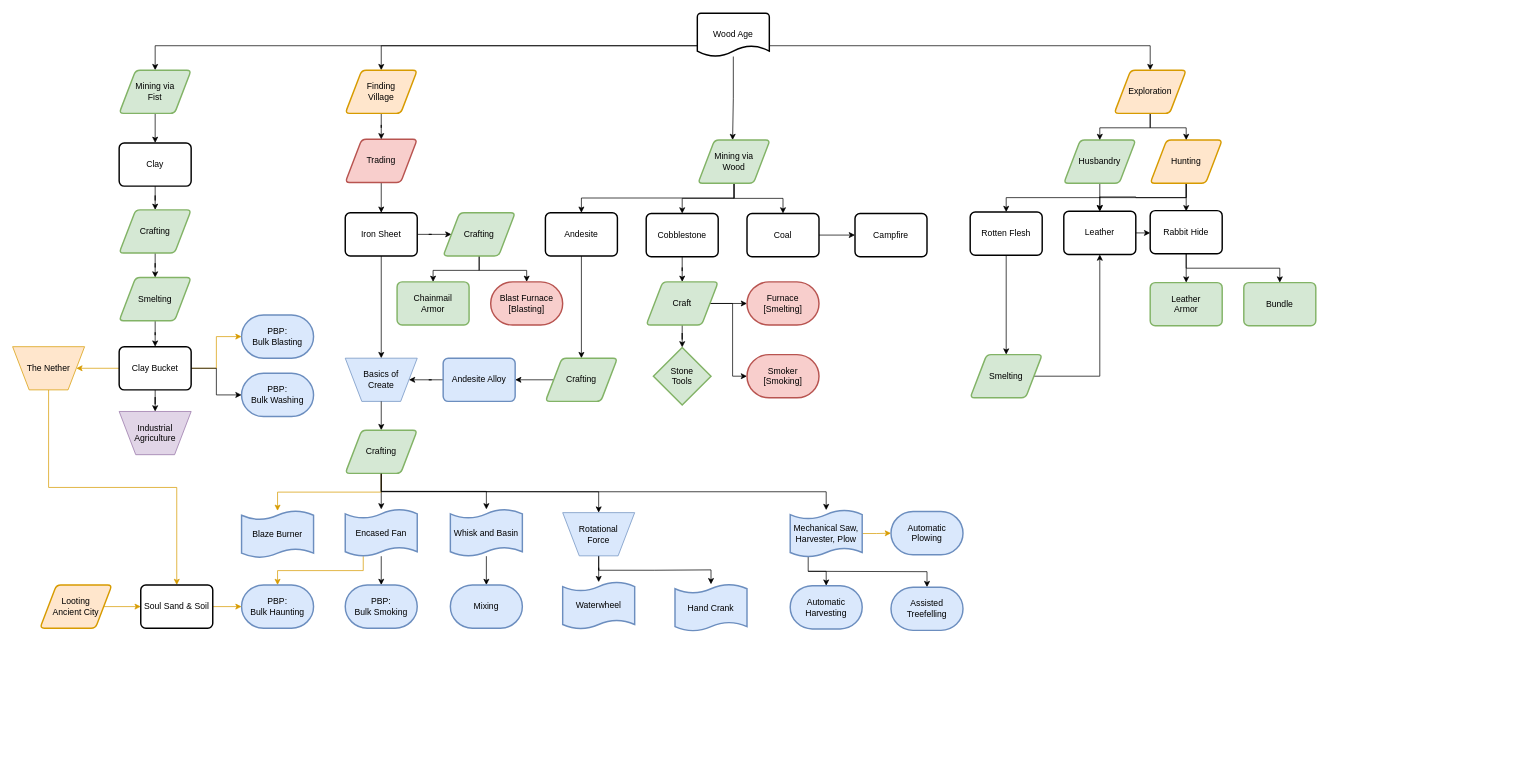
MeepishRealms/Cog keeps this draw.io diagram as page "Early Age" (4 of 7) of flowcharts/progression.drawio. Above is the earlier version. Source tidied: cells renumbered, new cells numbered last; positions are measured from the earlier drawing's top-left corner, leaving out a move shared by most shapes. Both pictures are drawn from the tidied source at 72%, with x=0, y=0 at pixel (12, 13).
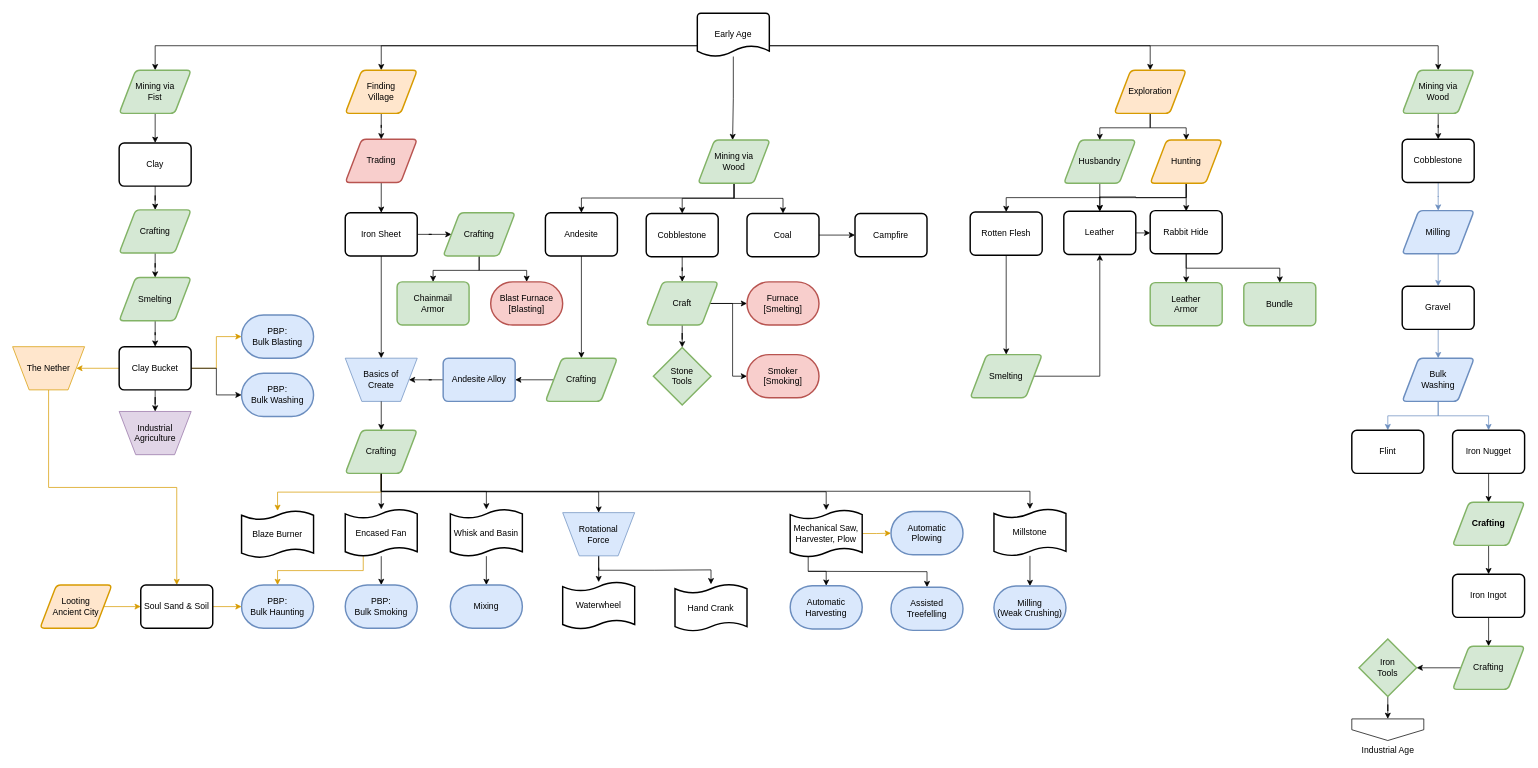
After the change.

The change refers to these unchanged cells:
```xml
<mxCell id="75" value="Crafting" style="shape=parallelogram;html=1;strokeWidth=2;perimeter=parallelogramPerimeter;whiteSpace=wrap;rounded=1;arcSize=12;size=0.23;fillColor=#d5e8d4;strokeColor=#82b366;" parent="1" vertex="1">
  <mxGeometry x="462" y="579" width="100" height="60" as="geometry" />
</mxCell>
```

Change to the diagram source:
```diff
@@
+    <mxCell id="112" style="edgeStyle=orthogonalEdgeStyle;rounded=0;jettySize=auto;html=1;exitX=1;exitY=0.75;exitDx=0;exitDy=0;exitPerimeter=0;" parent="1" edge="1" source="6" target="120">
+      <mxGeometry relative="1" as="geometry" />
+    </mxCell>
-    <mxCell id="6" value="Wood Age" style="strokeWidth=2;html=1;shape=mxgraph.flowchart.document2;whiteSpace=wrap;size=0.25;" parent="1" vertex="1">
+    <mxCell id="6" value="Early Age" style="strokeWidth=2;html=1;shape=mxgraph.flowchart.document2;whiteSpace=wrap;size=0.25;" parent="1" vertex="1">
       <mxGeometry x="951" width="100" height="60" as="geometry" />
     </mxCell>
@@
-    <mxCell id="48" value="Encased Fan" style="shape=tape;whiteSpace=wrap;html=1;strokeWidth=2;size=0.19;fillColor=#dae8fc;strokeColor=#6c8ebf;" parent="1" vertex="1">
+    <mxCell id="48" value="Encased Fan" style="shape=tape;whiteSpace=wrap;html=1;strokeWidth=2;size=0.19;" parent="1" vertex="1">
       <mxGeometry x="462" y="689" width="100" height="65" as="geometry" />
     </mxCell>
@@
-    <mxCell id="54" value="Blaze Burner" style="shape=tape;whiteSpace=wrap;html=1;strokeWidth=2;size=0.19;fillColor=#dae8fc;strokeColor=#6c8ebf;" parent="1" vertex="1">
+    <mxCell id="54" value="Blaze Burner" style="shape=tape;whiteSpace=wrap;html=1;strokeWidth=2;size=0.19;" parent="1" vertex="1">
       <mxGeometry x="318" y="691" width="100" height="65" as="geometry" />
     </mxCell>
@@
-    <mxCell id="56" value="Whisk and Basin" style="shape=tape;whiteSpace=wrap;html=1;strokeWidth=2;size=0.19;fillColor=#dae8fc;strokeColor=#6c8ebf;" parent="1" vertex="1">
+    <mxCell id="56" value="Whisk and Basin" style="shape=tape;whiteSpace=wrap;html=1;strokeWidth=2;size=0.19;" parent="1" vertex="1">
       <mxGeometry x="608" y="689" width="100" height="65" as="geometry" />
     </mxCell>
@@
+    <mxCell id="113" style="edgeStyle=orthogonalEdgeStyle;rounded=0;jettySize=auto;html=1;exitX=0.5;exitY=1;exitDx=0;exitDy=0;" parent="1" edge="1" source="75" target="115">
+      <mxGeometry relative="1" as="geometry" />
+    </mxCell>
@@
-    <mxCell id="82" value="Waterwheel" style="shape=tape;whiteSpace=wrap;html=1;strokeWidth=2;size=0.19;fillColor=#dae8fc;strokeColor=#6c8ebf;" parent="1" vertex="1">
+    <mxCell id="82" value="Waterwheel" style="shape=tape;whiteSpace=wrap;html=1;strokeWidth=2;size=0.19;" parent="1" vertex="1">
       <mxGeometry x="764" y="790" width="100" height="65" as="geometry" />
     </mxCell>
-    <mxCell id="83" value="Hand Crank" style="shape=tape;whiteSpace=wrap;html=1;strokeWidth=2;size=0.19;fillColor=#dae8fc;strokeColor=#6c8ebf;" parent="1" vertex="1">
+    <mxCell id="83" value="Hand Crank" style="shape=tape;whiteSpace=wrap;html=1;strokeWidth=2;size=0.19;" parent="1" vertex="1">
       <mxGeometry x="920" y="793" width="100" height="65" as="geometry" />
     </mxCell>
@@
-    <mxCell id="88" value="Mechanical Saw, Harvester, Plow" style="shape=tape;whiteSpace=wrap;html=1;strokeWidth=2;size=0.19;fillColor=#dae8fc;strokeColor=#6c8ebf;" parent="1" vertex="1">
+    <mxCell id="88" value="Mechanical Saw, Harvester, Plow" style="shape=tape;whiteSpace=wrap;html=1;strokeWidth=2;size=0.19;" parent="1" vertex="1">
       <mxGeometry x="1080" y="690" width="100" height="65" as="geometry" />
     </mxCell>
@@
+    <mxCell id="114" style="edgeStyle=orthogonalEdgeStyle;rounded=0;jettySize=auto;html=1;" parent="1" edge="1" source="115" target="116">
+      <mxGeometry relative="1" as="geometry" />
+    </mxCell>
+    <mxCell id="115" value="Millstone" style="shape=tape;whiteSpace=wrap;html=1;strokeWidth=2;size=0.19;" parent="1" vertex="1">
+      <mxGeometry x="1363" y="688.5" width="100" height="65" as="geometry" />
+    </mxCell>
+    <mxCell id="116" value="Milling&lt;br&gt;(Weak Crushing)" style="strokeWidth=2;html=1;shape=mxgraph.flowchart.terminator;whiteSpace=wrap;fillColor=#dae8fc;strokeColor=#6c8ebf;" parent="1" vertex="1">
+      <mxGeometry x="1363" y="795.5" width="100" height="60" as="geometry" />
+    </mxCell>
+    <mxCell id="117" style="edgeStyle=orthogonalEdgeStyle;rounded=0;jettySize=auto;html=1;fillColor=#dae8fc;strokeColor=#6c8ebf;" parent="1" edge="1" source="118" target="122">
+      <mxGeometry relative="1" as="geometry" />
+    </mxCell>
+    <mxCell id="118" value="Cobblestone" style="rounded=1;whiteSpace=wrap;html=1;absoluteArcSize=1;arcSize=14;strokeWidth=2;" parent="1" vertex="1">
+      <mxGeometry x="1930" y="175" width="100" height="60" as="geometry" />
+    </mxCell>
+    <mxCell id="119" style="edgeStyle=orthogonalEdgeStyle;rounded=0;jettySize=auto;html=1;exitX=0.5;exitY=1;exitDx=0;exitDy=0;" parent="1" edge="1" source="120" target="118">
+      <mxGeometry relative="1" as="geometry" />
+    </mxCell>
+    <mxCell id="120" value="Mining via&lt;br&gt;Wood" style="shape=parallelogram;html=1;strokeWidth=2;perimeter=parallelogramPerimeter;whiteSpace=wrap;rounded=1;arcSize=12;size=0.23;fillColor=#d5e8d4;strokeColor=#82b366;" parent="1" vertex="1">
+      <mxGeometry x="1930" y="79" width="100" height="60" as="geometry" />
+    </mxCell>
+    <mxCell id="121" style="edgeStyle=orthogonalEdgeStyle;rounded=0;jettySize=auto;html=1;fillColor=#dae8fc;strokeColor=#6c8ebf;" parent="1" edge="1" source="122" target="124">
+      <mxGeometry relative="1" as="geometry" />
+    </mxCell>
+    <mxCell id="122" value="Milling" style="shape=parallelogram;html=1;strokeWidth=2;perimeter=parallelogramPerimeter;whiteSpace=wrap;rounded=1;arcSize=12;size=0.23;fillColor=#dae8fc;strokeColor=#6c8ebf;" parent="1" vertex="1">
+      <mxGeometry x="1930" y="274" width="100" height="60" as="geometry" />
+    </mxCell>
+    <mxCell id="123" style="edgeStyle=orthogonalEdgeStyle;rounded=0;jettySize=auto;html=1;fillColor=#dae8fc;strokeColor=#6c8ebf;" parent="1" edge="1" source="124" target="127">
+      <mxGeometry relative="1" as="geometry" />
+    </mxCell>
+    <mxCell id="124" value="Gravel" style="rounded=1;whiteSpace=wrap;html=1;absoluteArcSize=1;arcSize=14;strokeWidth=2;" parent="1" vertex="1">
+      <mxGeometry x="1930" y="379" width="100" height="60" as="geometry" />
+    </mxCell>
+    <mxCell id="125" style="edgeStyle=orthogonalEdgeStyle;rounded=0;jettySize=auto;html=1;exitX=0.5;exitY=1;exitDx=0;exitDy=0;fillColor=#dae8fc;strokeColor=#6c8ebf;" parent="1" edge="1" source="127" target="130">
+      <mxGeometry relative="1" as="geometry" />
+    </mxCell>
+    <mxCell id="126" style="edgeStyle=orthogonalEdgeStyle;rounded=0;jettySize=auto;html=1;exitX=0.5;exitY=1;exitDx=0;exitDy=0;fillColor=#dae8fc;strokeColor=#6c8ebf;" parent="1" edge="1" source="127" target="129">
+      <mxGeometry relative="1" as="geometry" />
+    </mxCell>
+    <mxCell id="127" value="Bulk&lt;br&gt;Washing" style="shape=parallelogram;html=1;strokeWidth=2;perimeter=parallelogramPerimeter;whiteSpace=wrap;rounded=1;arcSize=12;size=0.23;fillColor=#dae8fc;strokeColor=#6c8ebf;" parent="1" vertex="1">
+      <mxGeometry x="1930" y="479" width="100" height="60" as="geometry" />
+    </mxCell>
+    <mxCell id="128" style="edgeStyle=orthogonalEdgeStyle;rounded=0;jettySize=auto;html=1;exitX=0.5;exitY=1;exitDx=0;exitDy=0;" parent="1" edge="1" source="129" target="132">
+      <mxGeometry relative="1" as="geometry" />
+    </mxCell>
+    <mxCell id="129" value="Iron Nugget" style="rounded=1;whiteSpace=wrap;html=1;absoluteArcSize=1;arcSize=14;strokeWidth=2;" parent="1" vertex="1">
+      <mxGeometry x="2000" y="579" width="100" height="60" as="geometry" />
+    </mxCell>
+    <mxCell id="130" value="Flint" style="rounded=1;whiteSpace=wrap;html=1;absoluteArcSize=1;arcSize=14;strokeWidth=2;" parent="1" vertex="1">
+      <mxGeometry x="1860" y="579" width="100" height="60" as="geometry" />
+    </mxCell>
+    <mxCell id="131" style="edgeStyle=orthogonalEdgeStyle;rounded=0;jettySize=auto;html=1;exitX=0.5;exitY=1;exitDx=0;exitDy=0;" parent="1" edge="1" source="132" target="134">
+      <mxGeometry relative="1" as="geometry" />
+    </mxCell>
+    <mxCell id="132" value="Crafting" style="shape=parallelogram;html=1;strokeWidth=2;perimeter=parallelogramPerimeter;whiteSpace=wrap;rounded=1;arcSize=12;size=0.23;fontStyle=1;fillColor=#d5e8d4;strokeColor=#82b366;" parent="1" vertex="1">
+      <mxGeometry x="2000" y="679" width="100" height="60" as="geometry" />
+    </mxCell>
+    <mxCell id="133" style="edgeStyle=orthogonalEdgeStyle;rounded=0;jettySize=auto;html=1;exitX=0.5;exitY=1;exitDx=0;exitDy=0;" parent="1" edge="1" source="134" target="136">
+      <mxGeometry relative="1" as="geometry" />
+    </mxCell>
+    <mxCell id="134" value="Iron Ingot" style="rounded=1;whiteSpace=wrap;html=1;absoluteArcSize=1;arcSize=14;strokeWidth=2;" parent="1" vertex="1">
+      <mxGeometry x="2000" y="779" width="100" height="60" as="geometry" />
+    </mxCell>
+    <mxCell id="135" style="edgeStyle=orthogonalEdgeStyle;rounded=0;jettySize=auto;html=1;exitX=0;exitY=0.5;exitDx=0;exitDy=0;" parent="1" edge="1" source="136" target="138">
+      <mxGeometry relative="1" as="geometry" />
+    </mxCell>
+    <mxCell id="136" value="Crafting" style="shape=parallelogram;html=1;strokeWidth=2;perimeter=parallelogramPerimeter;whiteSpace=wrap;rounded=1;arcSize=12;size=0.23;fillColor=#d5e8d4;strokeColor=#82b366;" parent="1" vertex="1">
+      <mxGeometry x="2000" y="879" width="100" height="60" as="geometry" />
+    </mxCell>
+    <mxCell id="137" style="edgeStyle=orthogonalEdgeStyle;rounded=0;jettySize=auto;html=1;exitX=0.5;exitY=1;exitDx=0;exitDy=0;exitPerimeter=0;" parent="1" edge="1" source="138" target="139">
+      <mxGeometry relative="1" as="geometry" />
+    </mxCell>
+    <mxCell id="138" value="Iron&lt;br&gt;Tools" style="strokeWidth=2;html=1;shape=mxgraph.flowchart.decision;whiteSpace=wrap;fillColor=#d5e8d4;strokeColor=#82b366;" parent="1" vertex="1">
+      <mxGeometry x="1870" y="869" width="80" height="80" as="geometry" />
+    </mxCell>
+    <mxCell id="139" value="Industrial Age" style="verticalLabelPosition=bottom;verticalAlign=top;html=1;shape=offPageConnector;rounded=0;size=0.5;" parent="1" vertex="1">
+      <mxGeometry x="1860" y="980" width="100" height="30" as="geometry" />
+    </mxCell>
```
